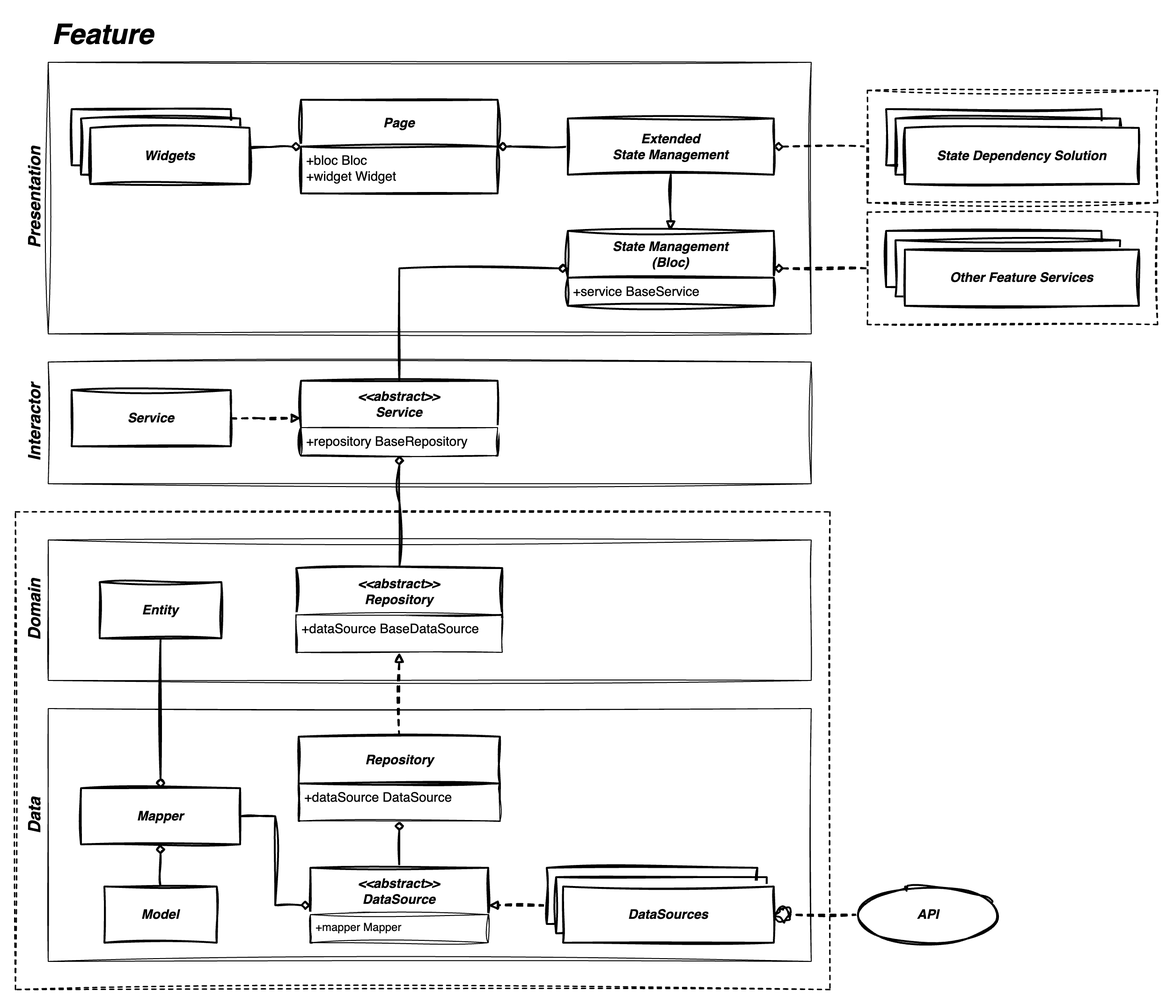
Earlier version of the draw.io export architecture.drawio.png (hamed-rezaee/flutter_component_architecture_poc). Source tidied: cells renumbered, new cells last; positions are measured from the earlier drawing's top-left corner, leaving out a move shared by most shapes.
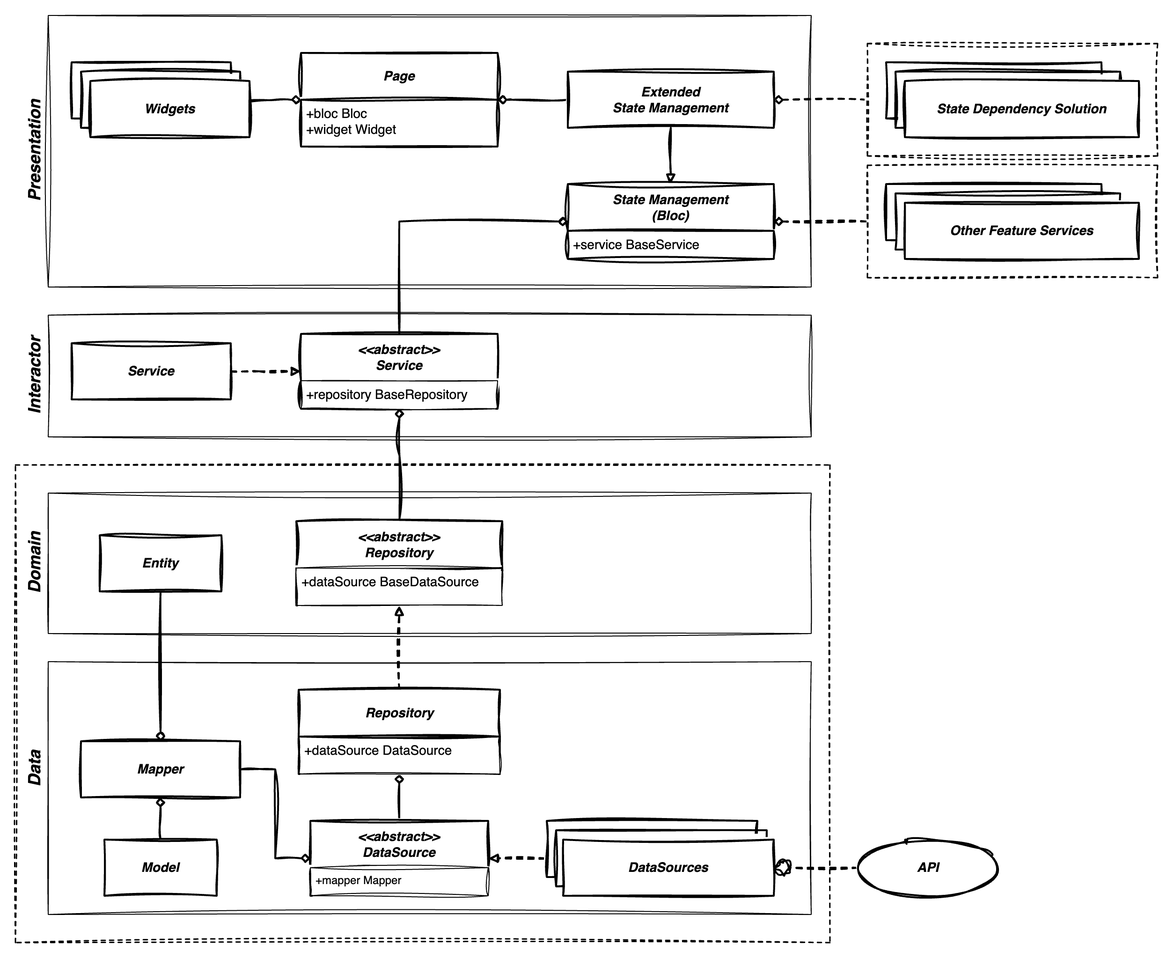
After the commit.

Commit message:
add feature structure

Change to the diagram source:
```diff
@@ -110,9 +110,6 @@
     <mxCell id="33" value="&lt;b&gt;&lt;i&gt;&lt;font style=&quot;font-size: 14px;&quot;&gt;Entity&lt;br&gt;&lt;/font&gt;&lt;/i&gt;&lt;/b&gt;" style="rounded=0;whiteSpace=wrap;html=1;sketch=1;curveFitting=1;jiggle=2;fontSize=14;fontStyle=0;startSize=50;strokeWidth=2;shadow=0;dashed=0;arcSize=4;" parent="1" vertex="1">
       <mxGeometry x="90" y="605" width="130" height="60" as="geometry" />
     </mxCell>
-    <mxCell id="34" value="&lt;font style=&quot;font-size: 30px;&quot;&gt;Feature&lt;/font&gt;" style="text;strokeColor=none;fillColor=none;html=1;fontSize=24;fontStyle=3;verticalAlign=middle;align=center;sketch=1;curveFitting=1;jiggle=2;" parent="1" vertex="1">
-      <mxGeometry x="35" width="115" height="40" as="geometry" />
-    </mxCell>
     <mxCell id="35" value="&lt;b&gt;&lt;i&gt;&lt;font style=&quot;font-size: 14px;&quot;&gt;Widget&lt;br&gt;&lt;/font&gt;&lt;/i&gt;&lt;/b&gt;" style="rounded=0;whiteSpace=wrap;html=1;sketch=1;curveFitting=1;jiggle=2;fontSize=14;fontStyle=0;startSize=50;strokeWidth=2;shadow=0;dashed=0;arcSize=4;" parent="1" vertex="1">
       <mxGeometry x="70" y="110" width="170" height="60" as="geometry" />
     </mxCell>
```
